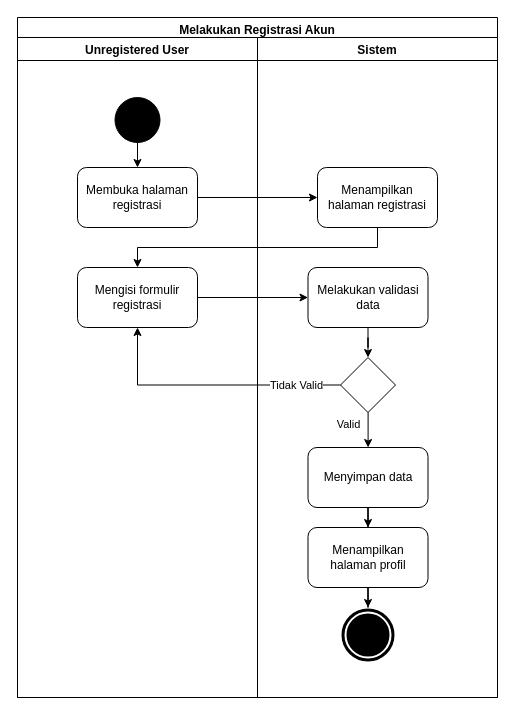
Before: Diagram/Activity Diagram/1. register.drawio in techie-jhs/thesis, a draw.io diagram. Source tidied: cells renumbered, new cells numbered last; positions are measured from the earlier drawing's top-left corner, leaving out a move shared by most shapes. Both pictures are drawn from the tidied source at 100%, with x=0, y=0 at pixel (17, 17).
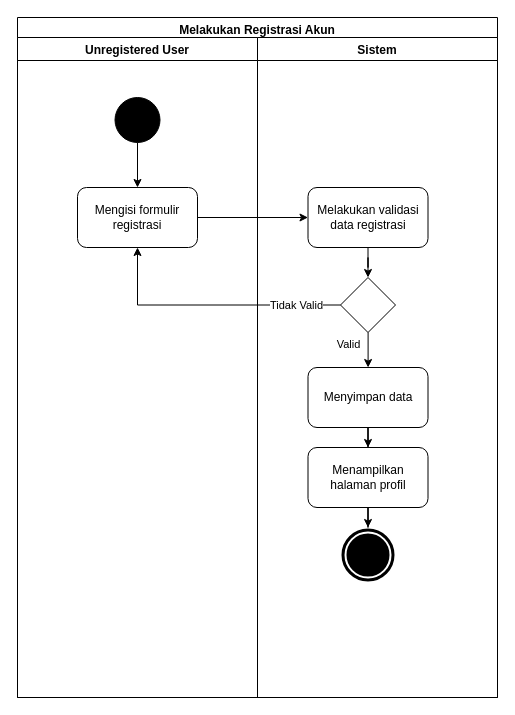
The same page after the edit.

The change refers to these unchanged cells:
```xml
<mxCell id="2" value="Melakukan Registrasi Akun" style="swimlane;fillColor=none;startSize=23;" parent="1" vertex="1">
  <mxGeometry width="480" height="680" as="geometry" />
</mxCell>
<mxCell id="3" value="Unregistered User" style="swimlane;" parent="2" vertex="1">
  <mxGeometry y="20" width="240" height="660" as="geometry" />
</mxCell>
<mxCell id="5" style="ellipse;whiteSpace=wrap;html=1;fillColor=#000000;" parent="3" vertex="1">
  <mxGeometry x="97.5" y="60" width="45" height="45" as="geometry" />
</mxCell>
<mxCell id="8" value="Sistem" style="swimlane;" parent="2" vertex="1">
  <mxGeometry x="240" y="20" width="240" height="660" as="geometry" />
</mxCell>
```

Diff of the diagram source:
```diff
@@
-    <mxCell id="4" style="edgeStyle=orthogonalEdgeStyle;rounded=0;jettySize=auto;html=1;" parent="3" edge="1" source="5" target="6">
-      <mxGeometry relative="1" as="geometry" />
-    </mxCell>
+    <mxCell id="24" style="edgeStyle=orthogonalEdgeStyle;rounded=0;jettySize=auto;html=1;" parent="3" edge="1" source="5" target="7">
+      <mxGeometry relative="1" as="geometry" />
+    </mxCell>
@@
-    <mxCell id="6" value="Membuka halaman registrasi" style="rounded=1;whiteSpace=wrap;html=1;fillColor=none;" parent="3" vertex="1">
-      <mxGeometry x="60" y="130" width="120" height="60" as="geometry" />
-    </mxCell>
     <mxCell id="7" value="&lt;span&gt;Mengisi formulir registrasi&lt;/span&gt;" style="rounded=1;whiteSpace=wrap;html=1;fillColor=none;" parent="3" vertex="1">
-      <mxGeometry x="60" y="230" width="120" height="60" as="geometry" />
+      <mxGeometry x="60" y="150" width="120" height="60" as="geometry" />
     </mxCell>
@@
-    <mxCell id="10" value="Melakukan validasi data" style="rounded=1;whiteSpace=wrap;html=1;fillColor=none;" parent="8" vertex="1">
-      <mxGeometry x="50.5" y="230" width="120" height="60" as="geometry" />
+    <mxCell id="10" value="Melakukan validasi data registrasi" style="rounded=1;whiteSpace=wrap;html=1;fillColor=none;" parent="8" vertex="1">
+      <mxGeometry x="50.5" y="150" width="120" height="60" as="geometry" />
     </mxCell>
     <mxCell id="11" value="Valid" style="edgeStyle=orthogonalEdgeStyle;rounded=0;orthogonalLoop=1;jettySize=auto;html=1;" parent="8" edge="1">
       <mxGeometry x="-0.33" y="-20" relative="1" as="geometry">
-        <mxPoint x="110.6" y="374.9" as="sourcePoint" />
-        <mxPoint x="110.6" y="410" as="targetPoint" />
+        <mxPoint x="110.6" y="294.9" as="sourcePoint" />
+        <mxPoint x="110.6" y="330" as="targetPoint" />
       </mxGeometry>
     </mxCell>
     <mxCell id="12" style="rhombus;whiteSpace=wrap;html=1;fillColor=none;" parent="8" vertex="1">
-      <mxGeometry x="83" y="320" width="55" height="55" as="geometry" />
+      <mxGeometry x="83" y="240" width="55" height="55" as="geometry" />
     </mxCell>
@@
     <mxCell id="14" value="Menyimpan data" style="rounded=1;whiteSpace=wrap;html=1;fillColor=none;" parent="8" vertex="1">
-      <mxGeometry x="50.5" y="410" width="120" height="60" as="geometry" />
+      <mxGeometry x="50.5" y="330" width="120" height="60" as="geometry" />
     </mxCell>
-    <mxCell id="15" value="Menampilkan halaman registrasi" style="rounded=1;whiteSpace=wrap;html=1;fillColor=none;" parent="8" vertex="1">
-      <mxGeometry x="60" y="130" width="120" height="60" as="geometry" />
-    </mxCell>
     <mxCell id="16" style="ellipse;shape=doubleEllipse;whiteSpace=wrap;html=1;fillColor=#000000;strokeColor=#FFFFFF;strokeWidth=2;" parent="8" vertex="1">
-      <mxGeometry x="83" y="570" width="55" height="55" as="geometry" />
+      <mxGeometry x="83" y="490" width="55" height="55" as="geometry" />
     </mxCell>
@@
     <mxCell id="18" value="Menampilkan halaman profil" style="rounded=1;whiteSpace=wrap;html=1;fillColor=none;" parent="8" vertex="1">
-      <mxGeometry x="50.5" y="490" width="120" height="60" as="geometry" />
+      <mxGeometry x="50.5" y="410" width="120" height="60" as="geometry" />
     </mxCell>
-    <mxCell id="19" style="edgeStyle=orthogonalEdgeStyle;rounded=0;jettySize=auto;html=1;entryX=0;entryY=0.5;entryDx=0;entryDy=0;" parent="2" edge="1" source="6" target="15">
-      <mxGeometry relative="1" as="geometry" />
-    </mxCell>
-    <mxCell id="20" style="edgeStyle=orthogonalEdgeStyle;rounded=0;jettySize=auto;html=1;" parent="2" edge="1" source="15" target="7">
-      <mxGeometry relative="1" as="geometry">
-        <Array as="points">
-          <mxPoint x="360" y="230" />
-          <mxPoint x="120" y="230" />
-        </Array>
-      </mxGeometry>
-    </mxCell>
```
